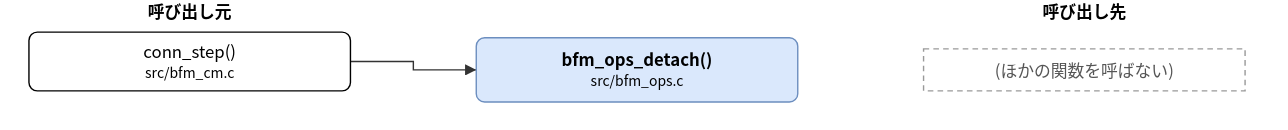
Above: doc/spec/images/call_src_bfm_ops-bfm_ops_detach.drawio.svg in hf355051012-ai/bfmem (draw.io), before the change. Source tidied: cells renumbered, new cells last; positions are measured from the earlier drawing's top-left corner, leaving out a move shared by most shapes.
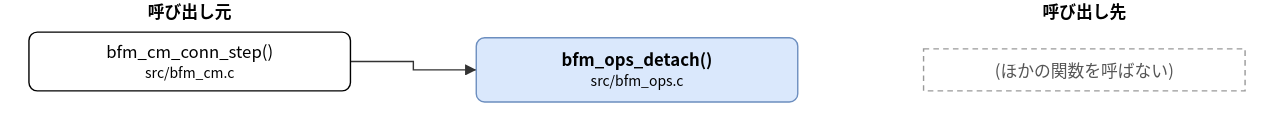
The same diagram one commit later.

Change to the diagram source:
```diff
@@ -5,7 +5,7 @@
     <mxCell id="2" value="bfm_ops_detach()&lt;br&gt;&lt;font style=&quot;font-size:10px&quot;&gt;src/bfm_ops.c&lt;/font&gt;" style="rounded=1;whiteSpace=wrap;html=1;fillColor=#dae8fc;strokeColor=#6c8ebf;fontStyle=1;" parent="1" vertex="1">
       <mxGeometry x="320" y="27" width="230" height="46" as="geometry" />
     </mxCell>
-    <mxCell id="3" value="conn_step()&lt;br&gt;&lt;font style=&quot;font-size:10px&quot;&gt;src/bfm_cm.c&lt;/font&gt;" style="rounded=1;whiteSpace=wrap;html=1;" parent="1" vertex="1">
+    <mxCell id="3" value="bfm_cm_conn_step()&lt;br&gt;&lt;font style=&quot;font-size:10px&quot;&gt;src/bfm_cm.c&lt;/font&gt;" style="rounded=1;whiteSpace=wrap;html=1;" parent="1" vertex="1">
       <mxGeometry y="23" width="230" height="42" as="geometry" />
     </mxCell>
     <mxCell id="4" value="(ほかの関数を呼ばない)" style="rounded=0;whiteSpace=wrap;html=1;dashed=1;strokeColor=#999999;fontColor=#555555;dashed=1;" parent="1" vertex="1">
```
